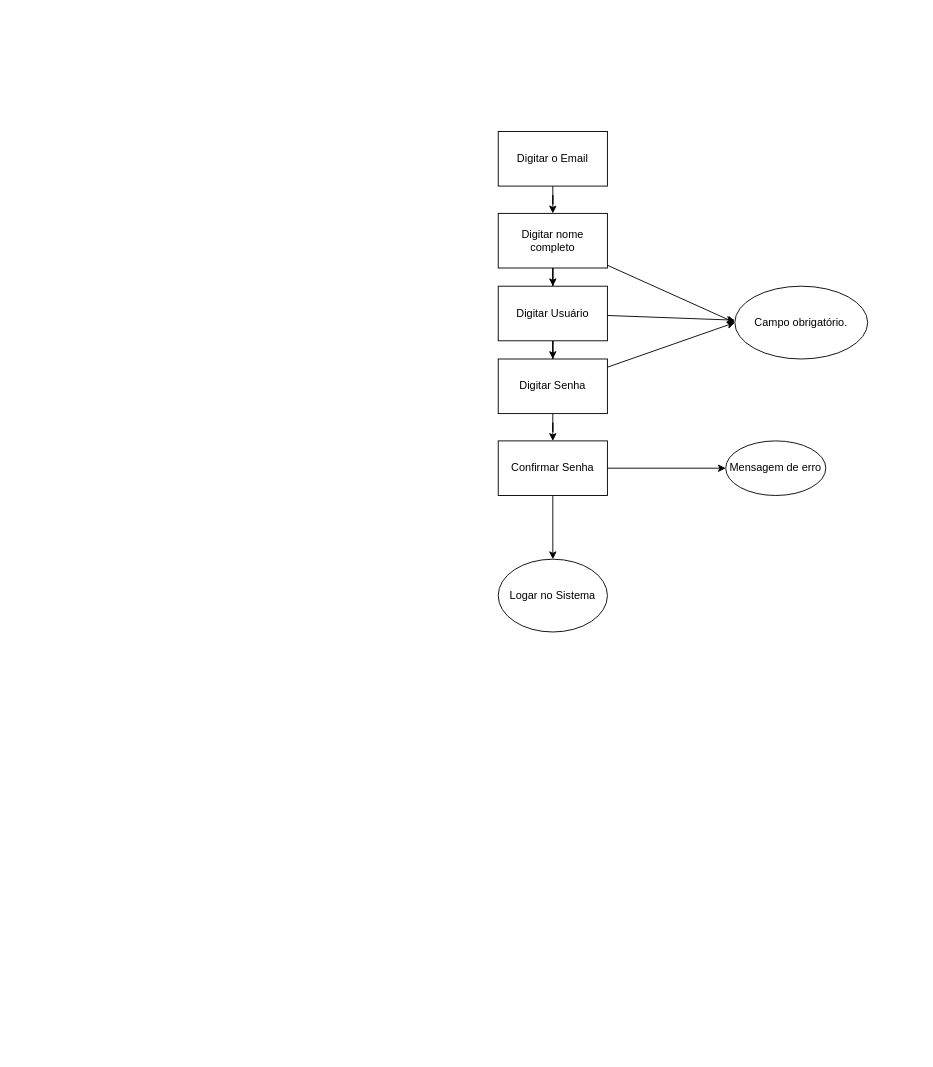
This is QA Aula 1.drawio from Chibilski/Alura, a draw.io file, before an edit. Source tidied: cells renumbered, new cells numbered last; positions are measured from the earlier drawing's top-left corner, leaving out a move shared by most shapes. Both pictures are drawn from the tidied source at 91%, with x=0, y=0 at pixel (498, 131).
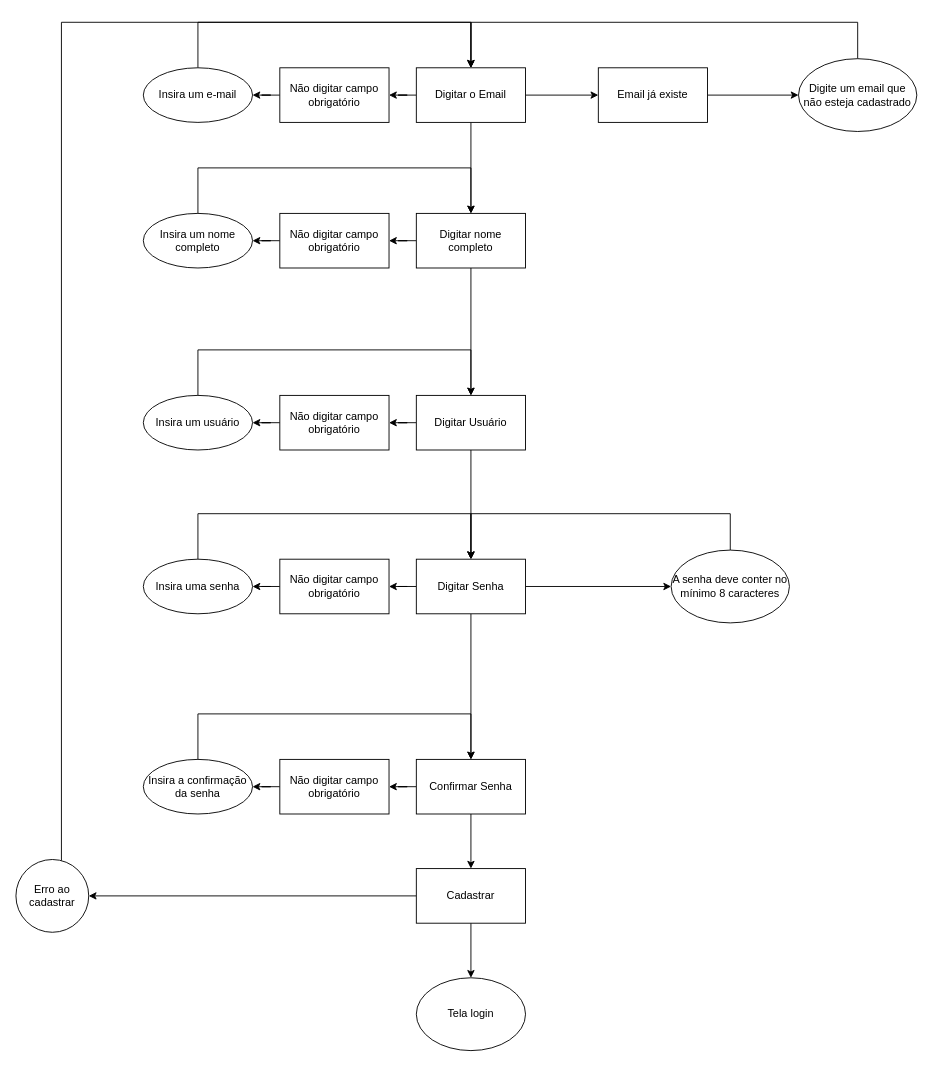
The same page after the edit.

What changed in the source:
```diff
@@
+    <mxCell id="19" style="edgeStyle=orthogonalEdgeStyle;rounded=0;jettySize=auto;html=1;" parent="1" edge="1" source="3" target="53">
+      <mxGeometry relative="1" as="geometry" />
+    </mxCell>
+    <mxCell id="20" style="edgeStyle=orthogonalEdgeStyle;rounded=0;jettySize=auto;html=1;" parent="1" edge="1" source="3" target="55">
+      <mxGeometry relative="1" as="geometry" />
+    </mxCell>
     <mxCell id="3" value="Digitar o Email" style="rounded=0;whiteSpace=wrap;html=1;" parent="1" vertex="1">
-      <mxGeometry width="120" height="60" as="geometry" />
+      <mxGeometry x="-90" y="-70" width="120" height="60" as="geometry" />
     </mxCell>
@@
-    <mxCell id="5" style="rounded=0;jettySize=auto;html=1;entryX=0;entryY=0.5;entryDx=0;entryDy=0;" parent="1" edge="1" source="6" target="18">
-      <mxGeometry relative="1" as="geometry" />
-    </mxCell>
+    <mxCell id="21" style="edgeStyle=orthogonalEdgeStyle;rounded=0;jettySize=auto;html=1;" parent="1" edge="1" source="6" target="51">
+      <mxGeometry relative="1" as="geometry" />
+    </mxCell>
     <mxCell id="6" value="Digitar nome completo" style="rounded=0;whiteSpace=wrap;html=1;" parent="1" vertex="1">
-      <mxGeometry y="90" width="120" height="60" as="geometry" />
+      <mxGeometry x="-90" y="90" width="120" height="60" as="geometry" />
     </mxCell>
@@
-    <mxCell id="8" style="rounded=0;jettySize=auto;html=1;entryX=0;entryY=0.5;entryDx=0;entryDy=0;" parent="1" edge="1" source="9" target="18">
-      <mxGeometry relative="1" as="geometry" />
-    </mxCell>
+    <mxCell id="22" style="edgeStyle=orthogonalEdgeStyle;rounded=0;jettySize=auto;html=1;" parent="1" edge="1" source="9" target="43">
+      <mxGeometry relative="1" as="geometry" />
+    </mxCell>
+    <mxCell id="23" style="edgeStyle=orthogonalEdgeStyle;rounded=0;jettySize=auto;html=1;" parent="1" edge="1" source="9" target="47">
+      <mxGeometry relative="1" as="geometry" />
+    </mxCell>
     <mxCell id="9" value="Digitar Senha" style="rounded=0;whiteSpace=wrap;html=1;" parent="1" vertex="1">
-      <mxGeometry y="250" width="120" height="60" as="geometry" />
+      <mxGeometry x="-90" y="470" width="120" height="60" as="geometry" />
     </mxCell>
-    <mxCell id="10" style="edgeStyle=orthogonalEdgeStyle;rounded=0;jettySize=auto;html=1;" parent="1" edge="1" source="12" target="16">
-      <mxGeometry relative="1" as="geometry" />
-    </mxCell>
-    <mxCell id="11" style="edgeStyle=orthogonalEdgeStyle;rounded=0;jettySize=auto;html=1;" parent="1" edge="1" source="12" target="17">
-      <mxGeometry relative="1" as="geometry" />
-    </mxCell>
+    <mxCell id="24" style="edgeStyle=orthogonalEdgeStyle;rounded=0;jettySize=auto;html=1;" parent="1" edge="1" source="12" target="39">
+      <mxGeometry relative="1" as="geometry" />
+    </mxCell>
+    <mxCell id="25" style="edgeStyle=orthogonalEdgeStyle;rounded=0;jettySize=auto;html=1;" parent="1" edge="1" source="12" target="45">
+      <mxGeometry relative="1" as="geometry" />
+    </mxCell>
     <mxCell id="12" value="Confirmar Senha" style="rounded=0;whiteSpace=wrap;html=1;" parent="1" vertex="1">
-      <mxGeometry y="340" width="120" height="60" as="geometry" />
+      <mxGeometry x="-90" y="690" width="120" height="60" as="geometry" />
     </mxCell>
@@
-    <mxCell id="14" style="rounded=0;jettySize=auto;html=1;" parent="1" edge="1" source="15" target="18">
-      <mxGeometry relative="1" as="geometry" />
-    </mxCell>
+    <mxCell id="26" style="edgeStyle=orthogonalEdgeStyle;rounded=0;jettySize=auto;html=1;" parent="1" edge="1" source="15" target="49">
+      <mxGeometry relative="1" as="geometry" />
+    </mxCell>
     <mxCell id="15" value="Digitar Usuário" style="rounded=0;whiteSpace=wrap;html=1;" parent="1" vertex="1">
-      <mxGeometry y="170" width="120" height="60" as="geometry" />
+      <mxGeometry x="-90" y="290" width="120" height="60" as="geometry" />
     </mxCell>
-    <mxCell id="16" value="Mensagem de erro" style="ellipse;whiteSpace=wrap;html=1;rounded=0;" parent="1" vertex="1">
-      <mxGeometry x="250" y="340" width="110" height="60" as="geometry" />
-    </mxCell>
-    <mxCell id="17" value="Logar no Sistema" style="ellipse;whiteSpace=wrap;html=1;rounded=0;" parent="1" vertex="1">
-      <mxGeometry y="470" width="120" height="80" as="geometry" />
+    <mxCell id="17" value="Tela login" style="ellipse;whiteSpace=wrap;html=1;rounded=0;" parent="1" vertex="1">
+      <mxGeometry x="-90" y="930" width="120" height="80" as="geometry" />
     </mxCell>
-    <mxCell id="18" value="Campo obrigatório." style="ellipse;whiteSpace=wrap;html=1;rounded=0;" parent="1" vertex="1">
-      <mxGeometry x="260" y="170" width="146" height="80" as="geometry" />
-    </mxCell>
+    <mxCell id="27" style="edgeStyle=orthogonalEdgeStyle;rounded=0;jettySize=auto;html=1;entryX=0.5;entryY=0;entryDx=0;entryDy=0;" parent="1" edge="1" source="28" target="3">
+      <mxGeometry relative="1" as="geometry">
+        <Array as="points">
+          <mxPoint x="-330" y="-120" />
+          <mxPoint x="-30" y="-120" />
+        </Array>
+      </mxGeometry>
+    </mxCell>
+    <mxCell id="28" value="Insira um e-mail" style="ellipse;whiteSpace=wrap;html=1;" parent="1" vertex="1">
+      <mxGeometry x="-390" y="-70" width="120" height="60" as="geometry" />
+    </mxCell>
+    <mxCell id="29" style="edgeStyle=orthogonalEdgeStyle;rounded=0;jettySize=auto;html=1;entryX=0.5;entryY=0;entryDx=0;entryDy=0;" parent="1" edge="1" source="30" target="6">
+      <mxGeometry relative="1" as="geometry">
+        <Array as="points">
+          <mxPoint x="-330" y="40" />
+          <mxPoint x="-30" y="40" />
+        </Array>
+      </mxGeometry>
+    </mxCell>
+    <mxCell id="30" value="Insira um nome completo" style="ellipse;whiteSpace=wrap;html=1;" parent="1" vertex="1">
+      <mxGeometry x="-390" y="90" width="120" height="60" as="geometry" />
+    </mxCell>
+    <mxCell id="31" style="edgeStyle=orthogonalEdgeStyle;rounded=0;jettySize=auto;html=1;entryX=0.5;entryY=0;entryDx=0;entryDy=0;" parent="1" edge="1" source="32">
+      <mxGeometry relative="1" as="geometry">
+        <mxPoint x="-30" y="290" as="targetPoint" />
+        <Array as="points">
+          <mxPoint x="-330" y="240" />
+          <mxPoint x="-30" y="240" />
+        </Array>
+      </mxGeometry>
+    </mxCell>
+    <mxCell id="32" value="Insira um usuário" style="ellipse;whiteSpace=wrap;html=1;" parent="1" vertex="1">
+      <mxGeometry x="-390" y="290" width="120" height="60" as="geometry" />
+    </mxCell>
+    <mxCell id="33" style="edgeStyle=orthogonalEdgeStyle;rounded=0;jettySize=auto;html=1;entryX=0.5;entryY=0;entryDx=0;entryDy=0;" parent="1" edge="1" source="34">
+      <mxGeometry relative="1" as="geometry">
+        <mxPoint x="-30" y="470" as="targetPoint" />
+        <Array as="points">
+          <mxPoint x="-330" y="420" />
+          <mxPoint x="-30" y="420" />
+        </Array>
+      </mxGeometry>
+    </mxCell>
+    <mxCell id="34" value="Insira uma senha" style="ellipse;whiteSpace=wrap;html=1;" parent="1" vertex="1">
+      <mxGeometry x="-390" y="470" width="120" height="60" as="geometry" />
+    </mxCell>
+    <mxCell id="35" style="edgeStyle=orthogonalEdgeStyle;rounded=0;jettySize=auto;html=1;entryX=0.5;entryY=0;entryDx=0;entryDy=0;" parent="1" edge="1" source="36">
+      <mxGeometry relative="1" as="geometry">
+        <mxPoint x="-30" y="690" as="targetPoint" />
+        <Array as="points">
+          <mxPoint x="-330" y="640" />
+          <mxPoint x="-30" y="640" />
+        </Array>
+      </mxGeometry>
+    </mxCell>
+    <mxCell id="36" value="Insira a confirmação da senha" style="ellipse;whiteSpace=wrap;html=1;" parent="1" vertex="1">
+      <mxGeometry x="-390" y="690" width="120" height="60" as="geometry" />
+    </mxCell>
+    <mxCell id="37" style="edgeStyle=orthogonalEdgeStyle;rounded=0;jettySize=auto;html=1;" parent="1" edge="1" source="39" target="17">
+      <mxGeometry relative="1" as="geometry" />
+    </mxCell>
+    <mxCell id="38" style="edgeStyle=orthogonalEdgeStyle;rounded=0;jettySize=auto;html=1;" parent="1" edge="1" source="39" target="41">
+      <mxGeometry relative="1" as="geometry" />
+    </mxCell>
+    <mxCell id="39" value="Cadastrar" style="rounded=0;whiteSpace=wrap;html=1;" parent="1" vertex="1">
+      <mxGeometry x="-90" y="810" width="120" height="60" as="geometry" />
+    </mxCell>
+    <mxCell id="40" style="edgeStyle=orthogonalEdgeStyle;rounded=0;jettySize=auto;html=1;entryX=0.5;entryY=0;entryDx=0;entryDy=0;" parent="1" edge="1" source="41" target="3">
+      <mxGeometry relative="1" as="geometry">
+        <Array as="points">
+          <mxPoint x="-480" y="-120" />
+          <mxPoint x="-30" y="-120" />
+        </Array>
+      </mxGeometry>
+    </mxCell>
+    <mxCell id="41" value="Erro ao cadastrar" style="ellipse;whiteSpace=wrap;html=1;rounded=0;" parent="1" vertex="1">
+      <mxGeometry x="-530" y="800" width="80" height="80" as="geometry" />
+    </mxCell>
+    <mxCell id="42" style="edgeStyle=orthogonalEdgeStyle;rounded=0;jettySize=auto;html=1;entryX=0.5;entryY=0;entryDx=0;entryDy=0;" parent="1" edge="1" source="43" target="9">
+      <mxGeometry relative="1" as="geometry">
+        <Array as="points">
+          <mxPoint x="255" y="420" />
+          <mxPoint x="-30" y="420" />
+        </Array>
+      </mxGeometry>
+    </mxCell>
+    <mxCell id="43" value="A senha deve conter no mínimo 8 caracteres" style="ellipse;whiteSpace=wrap;html=1;rounded=0;" parent="1" vertex="1">
+      <mxGeometry x="190" y="460" width="130" height="80" as="geometry" />
+    </mxCell>
+    <mxCell id="44" style="edgeStyle=orthogonalEdgeStyle;rounded=0;jettySize=auto;html=1;" parent="1" edge="1" source="45" target="36">
+      <mxGeometry relative="1" as="geometry" />
+    </mxCell>
+    <mxCell id="45" value="Não digitar campo obrigatório" style="rounded=0;whiteSpace=wrap;html=1;" parent="1" vertex="1">
+      <mxGeometry x="-240" y="690" width="120" height="60" as="geometry" />
+    </mxCell>
+    <mxCell id="46" style="edgeStyle=orthogonalEdgeStyle;rounded=0;jettySize=auto;html=1;entryX=1;entryY=0.5;entryDx=0;entryDy=0;" parent="1" edge="1" source="47" target="34">
+      <mxGeometry relative="1" as="geometry" />
+    </mxCell>
+    <mxCell id="47" value="Não digitar campo obrigatório" style="rounded=0;whiteSpace=wrap;html=1;" parent="1" vertex="1">
+      <mxGeometry x="-240" y="470" width="120" height="60" as="geometry" />
+    </mxCell>
+    <mxCell id="48" style="edgeStyle=orthogonalEdgeStyle;rounded=0;jettySize=auto;html=1;" parent="1" edge="1" source="49" target="32">
+      <mxGeometry relative="1" as="geometry" />
+    </mxCell>
+    <mxCell id="49" value="Não digitar campo obrigatório" style="rounded=0;whiteSpace=wrap;html=1;" parent="1" vertex="1">
+      <mxGeometry x="-240" y="290" width="120" height="60" as="geometry" />
+    </mxCell>
+    <mxCell id="50" style="edgeStyle=orthogonalEdgeStyle;rounded=0;jettySize=auto;html=1;" parent="1" edge="1" source="51" target="30">
+      <mxGeometry relative="1" as="geometry" />
+    </mxCell>
+    <mxCell id="51" value="Não digitar campo obrigatório" style="rounded=0;whiteSpace=wrap;html=1;" parent="1" vertex="1">
+      <mxGeometry x="-240" y="90" width="120" height="60" as="geometry" />
+    </mxCell>
+    <mxCell id="52" style="edgeStyle=orthogonalEdgeStyle;rounded=0;jettySize=auto;html=1;" parent="1" edge="1" source="53" target="28">
+      <mxGeometry relative="1" as="geometry" />
+    </mxCell>
+    <mxCell id="53" value="Não digitar campo obrigatório" style="rounded=0;whiteSpace=wrap;html=1;" parent="1" vertex="1">
+      <mxGeometry x="-240" y="-70" width="120" height="60" as="geometry" />
+    </mxCell>
+    <mxCell id="54" style="edgeStyle=orthogonalEdgeStyle;rounded=0;jettySize=auto;html=1;" parent="1" edge="1" source="55" target="57">
+      <mxGeometry relative="1" as="geometry" />
+    </mxCell>
+    <mxCell id="55" value="Email já existe" style="rounded=0;whiteSpace=wrap;html=1;" parent="1" vertex="1">
+      <mxGeometry x="110" y="-70" width="120" height="60" as="geometry" />
+    </mxCell>
+    <mxCell id="56" style="edgeStyle=orthogonalEdgeStyle;rounded=0;jettySize=auto;html=1;entryX=0.5;entryY=0;entryDx=0;entryDy=0;" parent="1" edge="1" source="57" target="3">
+      <mxGeometry relative="1" as="geometry">
+        <Array as="points">
+          <mxPoint x="395" y="-120" />
+          <mxPoint x="-30" y="-120" />
+        </Array>
+      </mxGeometry>
+    </mxCell>
+    <mxCell id="57" value="Digite um email que não esteja cadastrado" style="ellipse;whiteSpace=wrap;html=1;rounded=0;" parent="1" vertex="1">
+      <mxGeometry x="330" y="-80" width="130" height="80" as="geometry" />
+    </mxCell>
```
